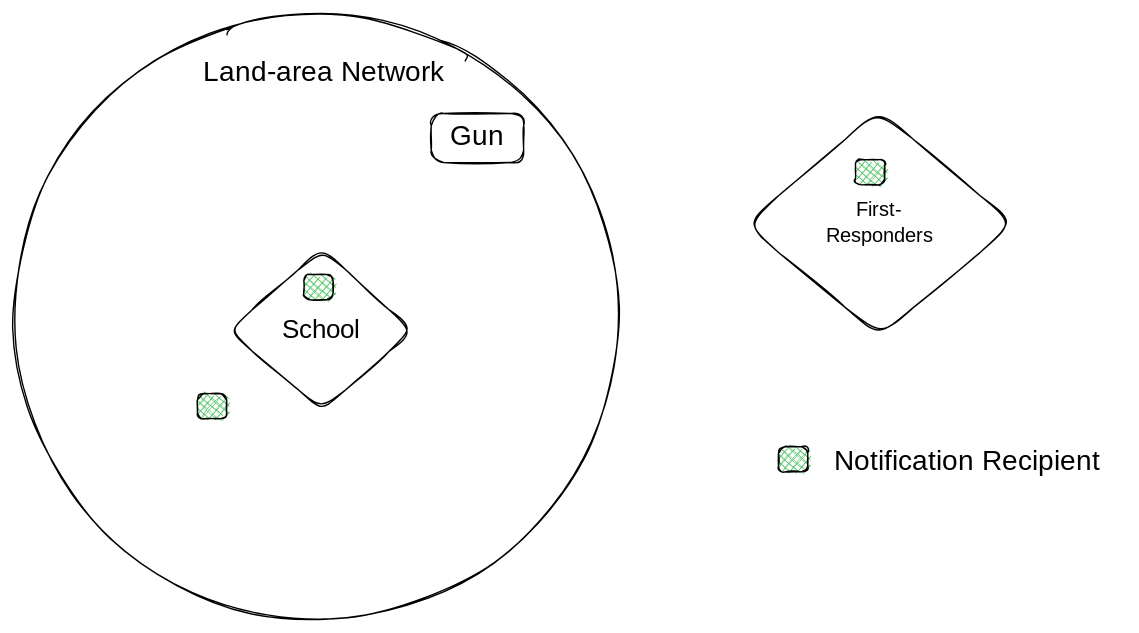
This is .gitbook/assets/file.excalidraw (1).svg from civichacker/anti-oppressive, a Excalidraw export, as it was before one commit. Source tidied: one line per element, renumbered; positions are measured from the earlier drawing's top-left corner, leaving out a move shared by most shapes.
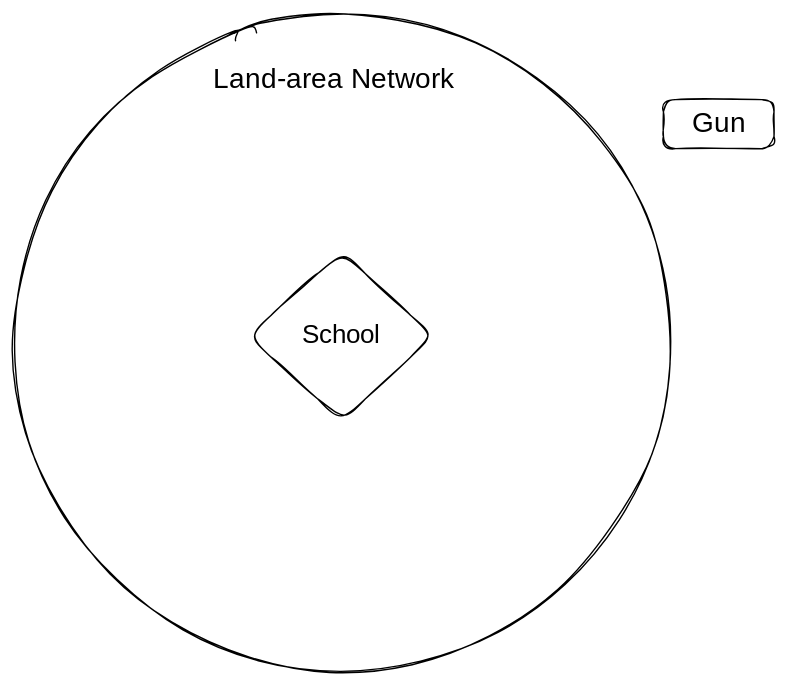
After the commit.

The edit, as a diff of the source:
```diff
@@ -1,13 +1,6 @@
-{"id": 0, "type": "ellipse", "strokeColor": "#000000", "strokeWidth": 1, "roughness": 1, "round": true, "x": 0, "y": 0, "width": 432, "height": 432}
-{"id": 1, "type": "diamond", "strokeColor": "#000000", "strokeWidth": 1, "roughness": 1, "round": true, "x": 153, "y": 168, "width": 132, "height": 115}
+{"id": 13, "type": "ellipse", "strokeColor": "#000000", "strokeWidth": 1, "roughness": 1, "round": true, "x": 10, "y": -3, "width": 469, "height": 469}
+{"id": 14, "type": "diamond", "strokeColor": "#000000", "strokeWidth": 1, "roughness": 1, "round": true, "x": 177, "y": 167, "width": 133, "height": 120}
-{"id": 2, "type": "text", "text": "School", "strokeColor": "#000000", "strokeWidth": 1, "roughness": 1, "fontSize": 18.67, "fontFamily": 1, "textAlign": "center", "verticalAlign": "middle", "inside": 1, "x": 191, "y": 214, "width": 56, "height": 23}
+{"id": 2, "type": "text", "text": "School", "strokeColor": "#000000", "strokeWidth": 1, "roughness": 1, "fontSize": 18.39, "fontFamily": 1, "textAlign": "center", "verticalAlign": "middle", "inside": 14, "x": 216, "y": 216, "width": 55, "height": 23}
-{"id": 3, "type": "rectangle", "strokeColor": "#000000", "strokeWidth": 1, "roughness": 1, "round": true, "x": 298, "y": 71, "width": 66, "height": 35}
+{"id": 5, "type": "text", "text": "Land-area Network", "strokeColor": "#000000", "strokeWidth": 1, "roughness": 1, "fontSize": 20, "fontFamily": 1, "x": 152, "y": 32, "width": 187, "height": 25}
+{"id": 15, "type": "rectangle", "strokeColor": "#000000", "strokeWidth": 1, "roughness": 1, "round": true, "x": 474, "y": 58, "width": 79, "height": 35}
-{"id": 4, "type": "text", "text": "Gun", "strokeColor": "#000000", "strokeWidth": 1, "roughness": 1, "fontSize": 20, "fontFamily": 1, "textAlign": "center", "verticalAlign": "middle", "inside": 3, "x": 313, "y": 76, "width": 36, "height": 25}
+{"id": 4, "type": "text", "text": "Gun", "strokeColor": "#000000", "strokeWidth": 1, "roughness": 1, "fontSize": 20, "fontFamily": 1, "textAlign": "center", "verticalAlign": "middle", "inside": 15, "x": 495, "y": 63, "width": 36, "height": 25}
-{"id": 5, "type": "text", "text": "Land-area Network", "strokeColor": "#000000", "strokeWidth": 1, "roughness": 1, "fontSize": 20, "fontFamily": 1, "x": 135, "y": 30, "width": 187, "height": 25}
-{"id": 6, "type": "diamond", "strokeColor": "#000000", "strokeWidth": 1, "roughness": 1, "round": true, "x": 522, "y": 69, "width": 192, "height": 161}
-{"id": 7, "type": "text", "text": "First-\nResponders", "strokeColor": "#000000", "strokeWidth": 1, "roughness": 1, "fontSize": 14.58, "fontFamily": 1, "textAlign": "center", "verticalAlign": "middle", "inside": 6, "x": 579, "y": 132, "width": 78, "height": 36}
-{"id": 8, "type": "rectangle", "strokeColor": "#000000", "backgroundColor": "#40c057", "fillStyle": "cross-hatch", "strokeWidth": 1, "roughness": 1, "round": true, "x": 131, "y": 271, "width": 21, "height": 18}
-{"id": 9, "type": "rectangle", "strokeColor": "#000000", "backgroundColor": "#40c057", "fillStyle": "cross-hatch", "strokeWidth": 1, "roughness": 1, "round": true, "x": 207, "y": 186, "width": 21, "height": 18}
-{"id": 10, "type": "rectangle", "strokeColor": "#000000", "backgroundColor": "#40c057", "fillStyle": "cross-hatch", "strokeWidth": 1, "roughness": 1, "round": true, "x": 601, "y": 104, "width": 21, "height": 18}
-{"id": 11, "type": "rectangle", "strokeColor": "#000000", "backgroundColor": "#40c057", "fillStyle": "cross-hatch", "strokeWidth": 1, "roughness": 1, "round": true, "x": 546, "y": 309, "width": 21, "height": 18}
-{"id": 12, "type": "text", "text": "Notification Recipient", "strokeColor": "#000000", "strokeWidth": 1, "roughness": 1, "fontSize": 20, "fontFamily": 1, "x": 586, "y": 308, "width": 208, "height": 25}
```
